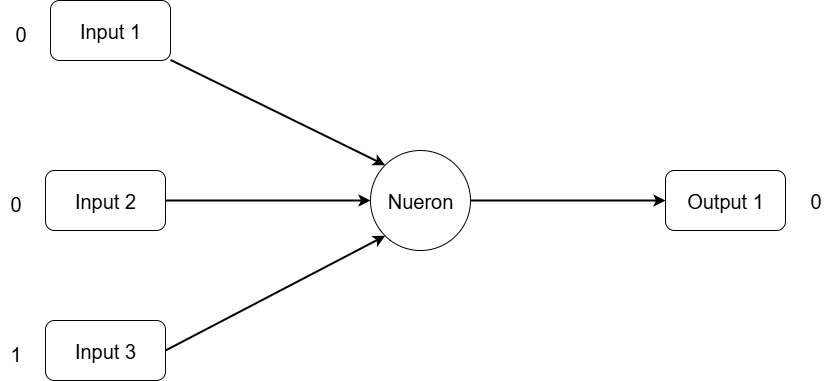
The draw.io diagram nueral-network/nueral-networks.drawio.png in vishalhulawale/knowledge-base, before a commit. Source tidied: cells renumbered, new cells last; positions are measured from the earlier drawing's top-left corner, leaving out a move shared by most shapes.
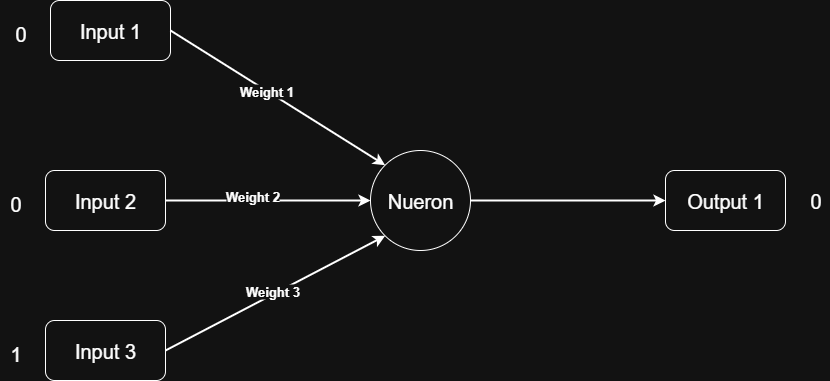
The same file after the commit.

Commit message:
Add neural network images and update documentation with architecture and training process details

The edit, as a diff of the source:
```diff
@@ -44,14 +44,23 @@
     <mxCell id="15" value="0" style="text;html=1;align=center;verticalAlign=middle;strokeColor=none;fillColor=none;fontSize=20;" parent="1" vertex="1">
       <mxGeometry x="800" y="180" width="30" height="40" as="geometry" />
     </mxCell>
-    <mxCell id="16" style="rounded=0;jettySize=auto;html=1;entryX=0;entryY=0;entryDx=0;entryDy=0;strokeWidth=2;" parent="1" edge="1" source="3" target="12">
+    <mxCell id="16" style="rounded=0;jettySize=auto;html=1;entryX=0;entryY=0;entryDx=0;entryDy=0;strokeWidth=2;exitX=1;exitY=0.5;exitDx=0;exitDy=0;" parent="1" edge="1" source="3" target="12">
       <mxGeometry relative="1" as="geometry" />
     </mxCell>
+    <mxCell id="19" value="Weight 1" style="edgeLabel;html=1;align=center;verticalAlign=middle;fontSize=13;fontStyle=1;" parent="16" vertex="1">
+      <mxGeometry x="-0.11" relative="1" as="geometry" />
+    </mxCell>
     <mxCell id="17" style="edgeStyle=orthogonalEdgeStyle;rounded=0;jettySize=auto;html=1;exitX=1;exitY=0.5;exitDx=0;exitDy=0;entryX=0;entryY=0.5;entryDx=0;entryDy=0;strokeWidth=2;" parent="1" edge="1" source="6" target="12">
       <mxGeometry relative="1" as="geometry" />
     </mxCell>
+    <mxCell id="20" value="Weight 2" style="edgeLabel;html=1;align=center;verticalAlign=middle;fontSize=13;fontStyle=1;" parent="17" vertex="1">
+      <mxGeometry x="-0.16" y="5" relative="1" as="geometry" />
+    </mxCell>
     <mxCell id="18" style="rounded=0;jettySize=auto;html=1;exitX=1;exitY=0.5;exitDx=0;exitDy=0;entryX=0;entryY=1;entryDx=0;entryDy=0;strokeWidth=2;" parent="1" edge="1" source="9" target="12">
       <mxGeometry relative="1" as="geometry" />
     </mxCell>
+    <mxCell id="21" value="Weight 3" style="edgeLabel;html=1;align=center;verticalAlign=middle;fontSize=13;fontStyle=1;" parent="18" vertex="1">
+      <mxGeometry x="-0.01" y="3" relative="1" as="geometry" />
+    </mxCell>
   </root>
 </mxGraphModel>
```
